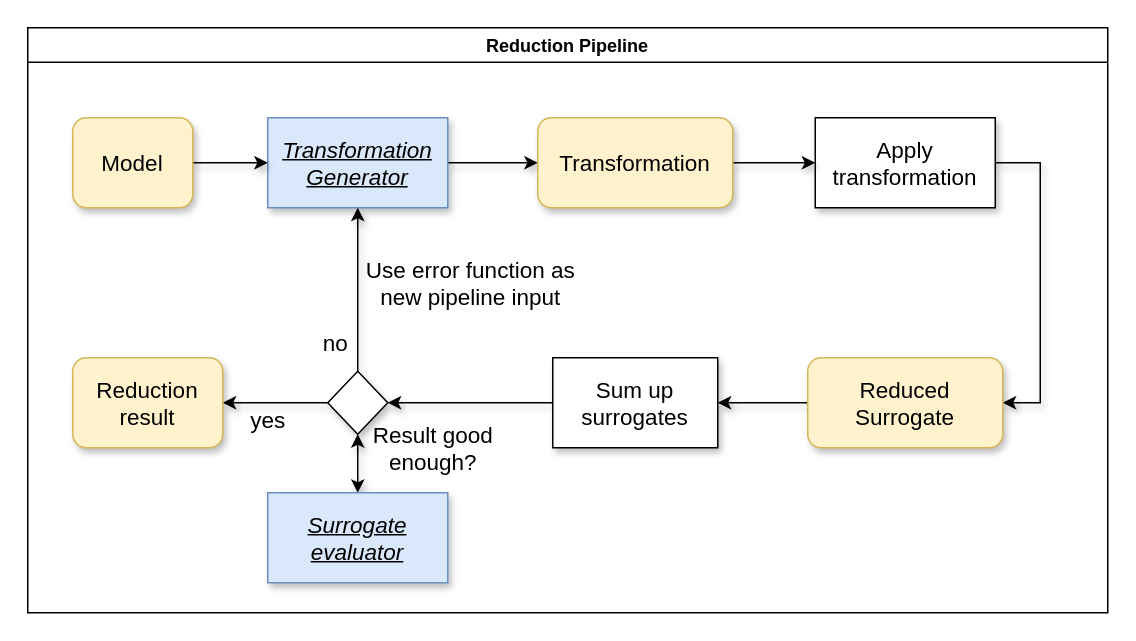
The draw.io diagram graphics/ReductionPipeline.drawio in crschnick/Master-Thesis, before the edit. Source tidied: cells renumbered, new cells numbered last; positions are measured from the earlier drawing's top-left corner, leaving out a move shared by most shapes. Both pictures are drawn from the tidied source at 150%, with x=0, y=0 at pixel (27, 27).
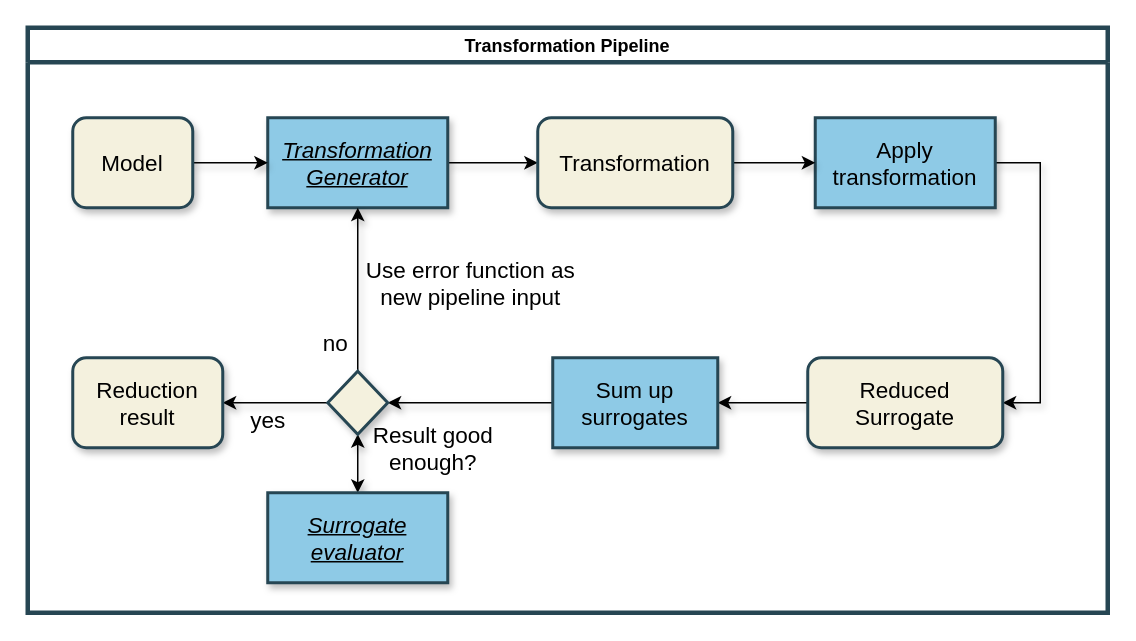
The same diagram, later.

Diff of the diagram source:
```diff
@@
-    <mxCell id="2" value="Reduction Pipeline" style="swimlane;sketch=0;startSize=23;" parent="1" vertex="1">
+    <mxCell id="2" value="Transformation Pipeline" style="swimlane;sketch=0;startSize=23;swimlaneLine=1;strokeColor=#264653;strokeWidth=3;" parent="1" vertex="1">
       <mxGeometry width="720" height="390" as="geometry" />
     </mxCell>
@@
-    <mxCell id="4" value="&lt;i style=&quot;font-size: 15px;&quot;&gt;&lt;u style=&quot;font-size: 15px;&quot;&gt;Transformation Generator&lt;br style=&quot;font-size: 15px;&quot;&gt;&lt;/u&gt;&lt;/i&gt;" style="rounded=0;whiteSpace=wrap;html=1;sketch=0;fillColor=#dae8fc;strokeColor=#6c8ebf;fontSize=15;shadow=1;" parent="2" vertex="1">
+    <mxCell id="4" value="&lt;i style=&quot;font-size: 15px;&quot;&gt;&lt;u style=&quot;font-size: 15px;&quot;&gt;Transformation Generator&lt;br style=&quot;font-size: 15px;&quot;&gt;&lt;/u&gt;&lt;/i&gt;" style="rounded=0;whiteSpace=wrap;html=1;sketch=0;fillColor=#8ecae6;strokeColor=#264653;fontSize=15;shadow=1;strokeWidth=2;glass=0;" parent="2" vertex="1">
       <mxGeometry x="160" y="60" width="120" height="60" as="geometry" />
     </mxCell>
@@
-    <mxCell id="6" value="&lt;font style=&quot;font-size: 15px&quot;&gt;Model&lt;/font&gt;" style="rounded=1;whiteSpace=wrap;html=1;sketch=0;fillColor=#fff2cc;strokeColor=#d6b656;fontSize=15;shadow=1;" parent="2" vertex="1">
+    <mxCell id="6" value="&lt;font style=&quot;font-size: 15px&quot;&gt;Model&lt;/font&gt;" style="rounded=1;whiteSpace=wrap;html=1;sketch=0;fillColor=#f4f1de;fontSize=15;shadow=1;strokeColor=#264653;strokeWidth=2;" parent="2" vertex="1">
       <mxGeometry x="30" y="60" width="80" height="60" as="geometry" />
     </mxCell>
@@
-    <mxCell id="8" value="Apply transformation" style="rounded=0;whiteSpace=wrap;html=1;sketch=0;fontSize=15;shadow=1;" parent="2" vertex="1">
+    <mxCell id="8" value="Apply transformation" style="rounded=0;whiteSpace=wrap;html=1;sketch=0;fontSize=15;shadow=1;strokeColor=#264653;strokeWidth=2;fillColor=#8ECAE6;" parent="2" vertex="1">
       <mxGeometry x="525" y="60" width="120" height="60" as="geometry" />
     </mxCell>
@@
-    <mxCell id="10" value="&lt;font style=&quot;font-size: 15px;&quot;&gt;Transformation&lt;/font&gt;" style="rounded=1;whiteSpace=wrap;html=1;sketch=0;fillColor=#fff2cc;strokeColor=#d6b656;fontSize=15;shadow=1;" parent="2" vertex="1">
+    <mxCell id="10" value="&lt;font style=&quot;font-size: 15px;&quot;&gt;Transformation&lt;/font&gt;" style="rounded=1;whiteSpace=wrap;html=1;sketch=0;fillColor=#F4F1DE;fontSize=15;shadow=1;strokeColor=#264653;strokeWidth=2;" parent="2" vertex="1">
       <mxGeometry x="340" y="60" width="130" height="60" as="geometry" />
     </mxCell>
@@
-    <mxCell id="12" value="&lt;font style=&quot;font-size: 15px;&quot;&gt;Reduced Surrogate&lt;br style=&quot;font-size: 15px;&quot;&gt;&lt;/font&gt;" style="rounded=1;whiteSpace=wrap;html=1;sketch=0;fillColor=#fff2cc;strokeColor=#d6b656;fontSize=15;shadow=1;" parent="2" vertex="1">
+    <mxCell id="12" value="&lt;font style=&quot;font-size: 15px;&quot;&gt;Reduced Surrogate&lt;br style=&quot;font-size: 15px;&quot;&gt;&lt;/font&gt;" style="rounded=1;whiteSpace=wrap;html=1;sketch=0;fillColor=#F4F1DE;fontSize=15;shadow=1;strokeColor=#264653;strokeWidth=2;" parent="2" vertex="1">
       <mxGeometry x="520" y="220" width="130" height="60" as="geometry" />
     </mxCell>
@@
-    <mxCell id="19" value="Sum up&lt;br style=&quot;font-size: 15px;&quot;&gt;surrogates" style="rounded=0;whiteSpace=wrap;html=1;sketch=0;fontSize=15;shadow=1;" parent="2" vertex="1">
+    <mxCell id="19" value="Sum up&lt;br style=&quot;font-size: 15px;&quot;&gt;surrogates" style="rounded=0;whiteSpace=wrap;html=1;sketch=0;fontSize=15;shadow=1;strokeColor=#264653;strokeWidth=2;fillColor=#8ECAE6;" parent="2" vertex="1">
       <mxGeometry x="350" y="220" width="110" height="60" as="geometry" />
     </mxCell>
@@
-    <mxCell id="22" style="rhombus;whiteSpace=wrap;html=1;shadow=1;sketch=0;fontSize=15;" parent="2" vertex="1">
+    <mxCell id="22" style="rhombus;whiteSpace=wrap;html=1;shadow=1;sketch=0;fontSize=15;strokeWidth=2;strokeColor=#264653;fillColor=#F4F1DE;" parent="2" vertex="1">
       <mxGeometry x="200" y="229" width="40" height="42" as="geometry" />
     </mxCell>
-    <mxCell id="23" value="&lt;font style=&quot;font-size: 15px;&quot;&gt;Reduction&lt;br style=&quot;font-size: 15px;&quot;&gt;result&lt;/font&gt;" style="rounded=1;whiteSpace=wrap;html=1;sketch=0;fillColor=#fff2cc;strokeColor=#d6b656;fontSize=15;shadow=1;" parent="2" vertex="1">
+    <mxCell id="23" value="&lt;font style=&quot;font-size: 15px;&quot;&gt;Reduction&lt;br style=&quot;font-size: 15px;&quot;&gt;result&lt;/font&gt;" style="rounded=1;whiteSpace=wrap;html=1;sketch=0;fillColor=#F4F1DE;fontSize=15;shadow=1;strokeColor=#264653;strokeWidth=2;" parent="2" vertex="1">
       <mxGeometry x="30" y="220" width="100" height="60" as="geometry" />
     </mxCell>
-    <mxCell id="24" value="&lt;i style=&quot;font-size: 15px&quot;&gt;&lt;u style=&quot;font-size: 15px&quot;&gt;Surrogate&lt;br&gt;evaluator&lt;br style=&quot;font-size: 15px&quot;&gt;&lt;/u&gt;&lt;/i&gt;" style="rounded=0;whiteSpace=wrap;html=1;sketch=0;fillColor=#dae8fc;strokeColor=#6c8ebf;fontSize=15;shadow=1;" parent="2" vertex="1">
+    <mxCell id="24" value="&lt;i style=&quot;font-size: 15px&quot;&gt;&lt;u style=&quot;font-size: 15px&quot;&gt;Surrogate&lt;br&gt;evaluator&lt;br style=&quot;font-size: 15px&quot;&gt;&lt;/u&gt;&lt;/i&gt;" style="rounded=0;whiteSpace=wrap;html=1;sketch=0;fillColor=#8ECAE6;strokeColor=#264653;fontSize=15;shadow=1;strokeWidth=2;" parent="2" vertex="1">
       <mxGeometry x="160" y="310" width="120" height="60" as="geometry" />
     </mxCell>
```
